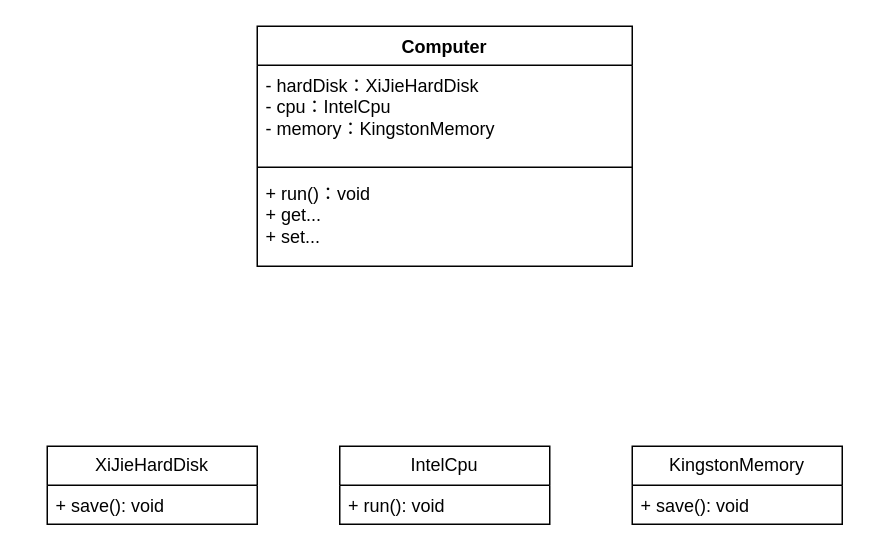
The draw.io diagram design/依赖倒转原则.drawio in dzghahaha/mind-resp, before the edit. Source tidied: cells renumbered, new cells numbered last; positions are measured from the earlier drawing's top-left corner, leaving out a move shared by most shapes. Both pictures are drawn from the tidied source at 150%, with x=0, y=0 at pixel (46, 26).
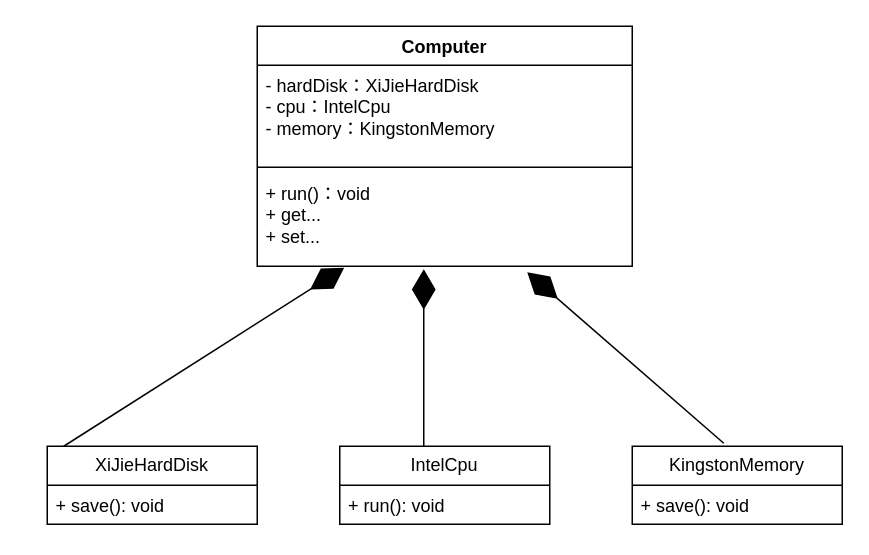
The same page after the edit.

Commit message (it also covers changes not shown here):
更新依赖倒转原则.drawio

Change to the diagram source:
```diff
@@
 <mxGraphModel>
   <root>
     <mxCell id="0" />
     <mxCell id="1" parent="0" />
     <mxCell id="2" value="Computer" style="swimlane;fontStyle=1;align=center;verticalAlign=top;horizontal=1;startSize=26;whiteSpace=wrap;html=1;" parent="1" vertex="1">
       <mxGeometry x="140" width="250" height="160" as="geometry" />
     </mxCell>
     <mxCell id="3" value="- hardDisk：XiJieHardDisk&lt;br&gt;- cpu：IntelCpu&lt;br&gt;- memory：KingstonMemory" style="text;strokeColor=none;fillColor=none;align=left;verticalAlign=top;spacingLeft=4;spacingRight=4;overflow=hidden;whiteSpace=wrap;html=1;" parent="2" vertex="1">
       <mxGeometry y="26" width="250" height="64" as="geometry" />
     </mxCell>
     <mxCell id="4" style="line;strokeWidth=1;fillColor=none;align=left;verticalAlign=middle;spacingTop=-1;spacingLeft=3;spacingRight=3;labelPosition=right;strokeColor=inherit;" parent="2" vertex="1">
       <mxGeometry y="90" width="250" height="8" as="geometry" />
     </mxCell>
     <mxCell id="5" value="+ run()：void&lt;br&gt;+ get...&lt;br&gt;+ set..." style="text;strokeColor=none;fillColor=none;align=left;verticalAlign=top;spacingLeft=4;spacingRight=4;overflow=hidden;points=[[0,0.5],[1,0.5]];portConstraint=eastwest;whiteSpace=wrap;html=1;" parent="2" vertex="1">
       <mxGeometry y="98" width="250" height="62" as="geometry" />
     </mxCell>
     <mxCell id="6" value="XiJieHardDisk" style="swimlane;fontStyle=0;horizontal=1;startSize=26;fillColor=none;whiteSpace=wrap;html=1;" parent="1" vertex="1">
       <mxGeometry y="280" width="140" height="52" as="geometry" />
     </mxCell>
     <mxCell id="7" value="+ save(): void&lt;br&gt;" style="text;strokeColor=none;fillColor=none;align=left;verticalAlign=top;spacingLeft=4;spacingRight=4;overflow=hidden;whiteSpace=wrap;html=1;" parent="6" vertex="1">
       <mxGeometry y="26" width="140" height="26" as="geometry" />
     </mxCell>
     <mxCell id="8" value="IntelCpu" style="swimlane;fontStyle=0;horizontal=1;startSize=26;fillColor=none;whiteSpace=wrap;html=1;" parent="1" vertex="1">
       <mxGeometry x="195" y="280" width="140" height="52" as="geometry" />
     </mxCell>
     <mxCell id="9" value="+ run(): void" style="text;strokeColor=none;fillColor=none;align=left;verticalAlign=top;spacingLeft=4;spacingRight=4;overflow=hidden;whiteSpace=wrap;html=1;" parent="8" vertex="1">
       <mxGeometry y="26" width="140" height="26" as="geometry" />
     </mxCell>
     <mxCell id="10" value="KingstonMemory" style="swimlane;fontStyle=0;horizontal=1;startSize=26;fillColor=none;whiteSpace=wrap;html=1;" parent="1" vertex="1">
       <mxGeometry x="390" y="280" width="140" height="52" as="geometry" />
     </mxCell>
     <mxCell id="11" value="+ save(): void&lt;br&gt;" style="text;strokeColor=none;fillColor=none;align=left;verticalAlign=top;spacingLeft=4;spacingRight=4;overflow=hidden;whiteSpace=wrap;html=1;" parent="10" vertex="1">
       <mxGeometry y="26" width="140" height="26" as="geometry" />
     </mxCell>
+    <mxCell id="12" style="endArrow=diamondThin;endFill=1;endSize=24;html=1;rounded=0;entryX=0.232;entryY=1.016;entryDx=0;entryDy=0;entryPerimeter=0;" parent="1" edge="1" target="5">
+      <mxGeometry relative="1" as="geometry">
+        <mxPoint x="11" y="280" as="sourcePoint" />
+      </mxGeometry>
+    </mxCell>
+    <mxCell id="13" style="endArrow=diamondThin;endFill=1;endSize=24;html=1;rounded=0;entryX=0.444;entryY=1.032;entryDx=0;entryDy=0;entryPerimeter=0;" parent="1" edge="1" target="5">
+      <mxGeometry relative="1" as="geometry">
+        <mxPoint x="251" y="280" as="sourcePoint" />
+      </mxGeometry>
+    </mxCell>
+    <mxCell id="14" style="endArrow=diamondThin;endFill=1;endSize=24;html=1;rounded=0;entryX=0.72;entryY=1.065;entryDx=0;entryDy=0;entryPerimeter=0;" parent="1" edge="1" target="5">
+      <mxGeometry relative="1" as="geometry">
+        <mxPoint x="451" y="278" as="sourcePoint" />
+      </mxGeometry>
+    </mxCell>
   </root>
 </mxGraphModel>
```
